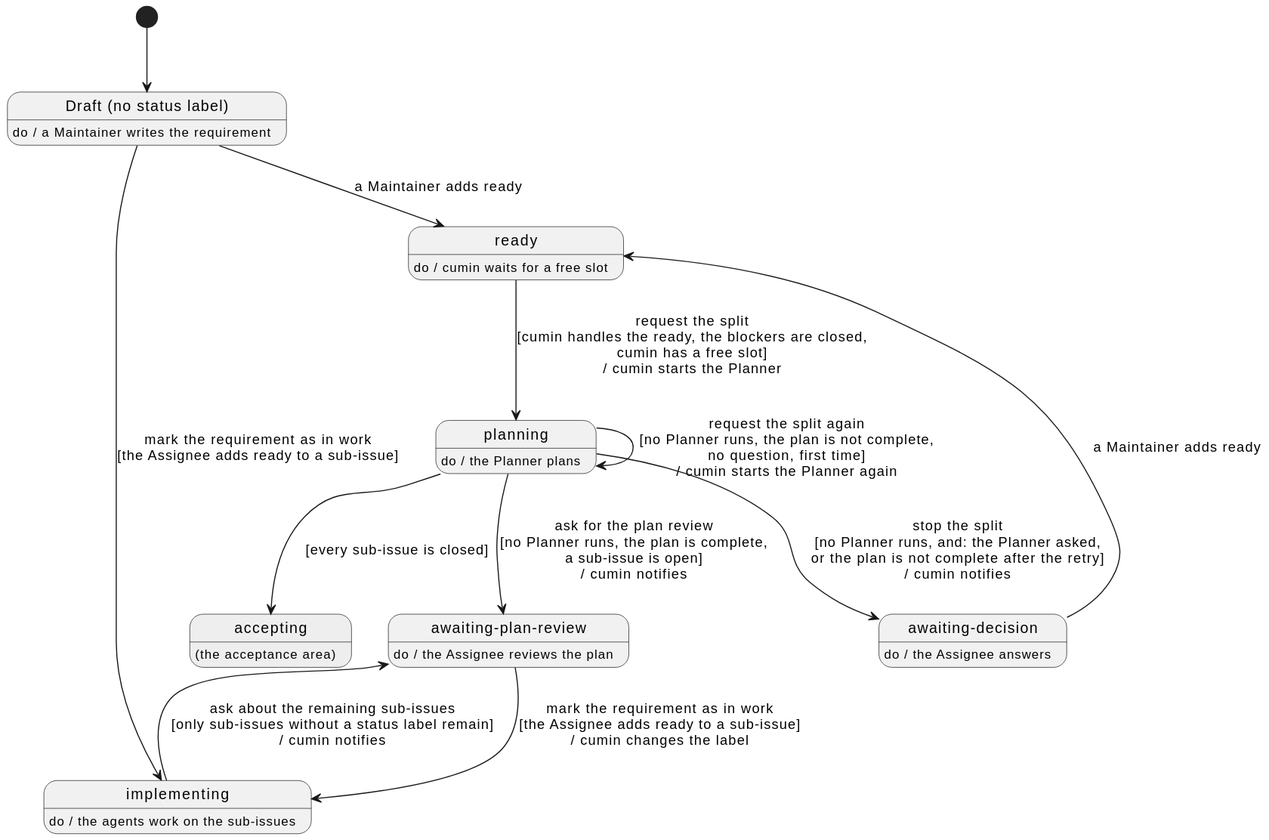
This is docs/ja/requirements/plan/overview.svg from cloveclovedev/cumin-works, a PlantUML export, as it was before one commit.
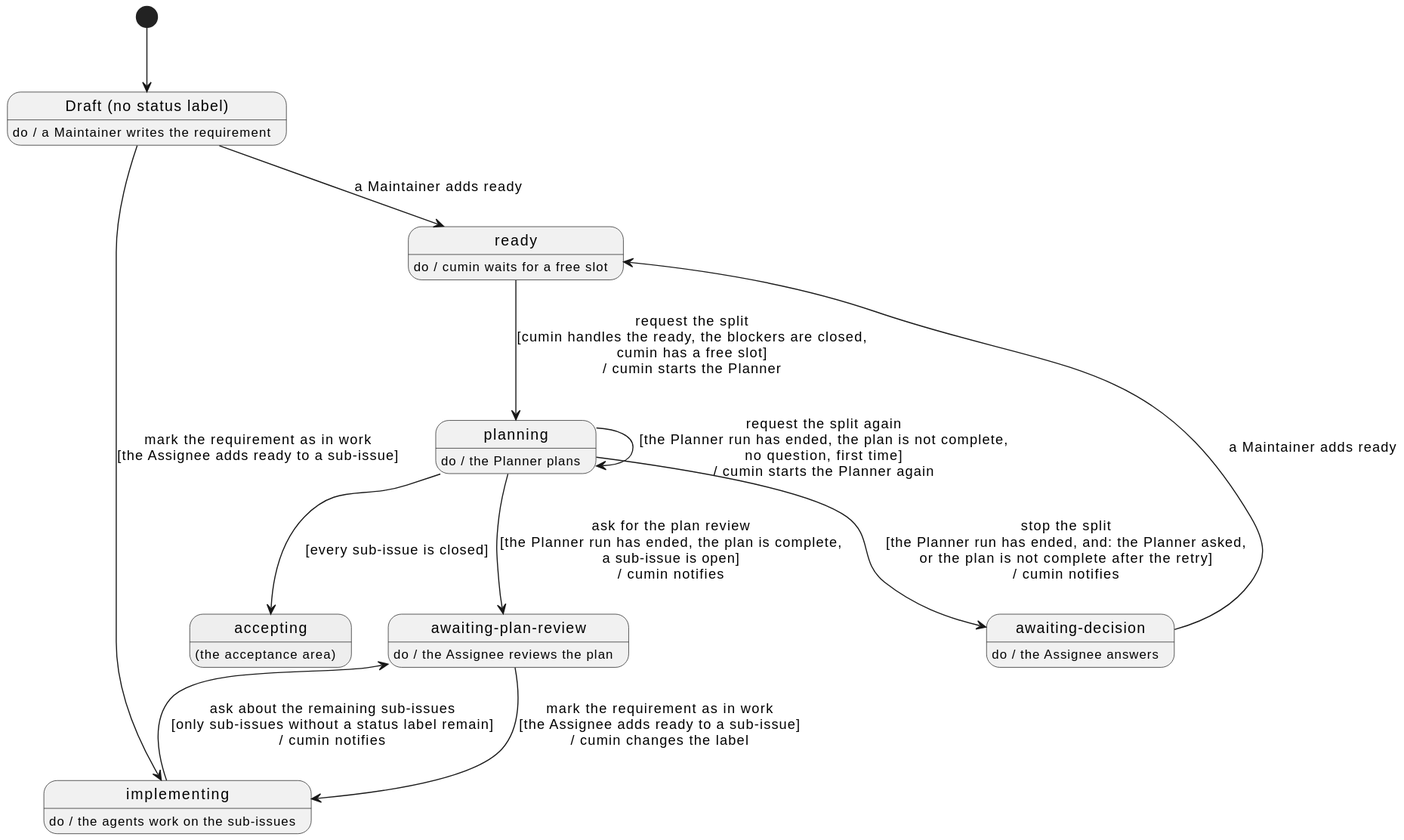
Above is the later version.

Change to the diagram source:
```diff
@@ -26,9 +26,9 @@
 [*] --> Draft
 Draft --> Ready : a Maintainer adds ready
 Ready --> Planning : request the split\n[cumin handles the ready, the blockers are closed,\ncumin has a free slot]\n/ cumin starts the Planner
-Planning --> PlanReview : ask for the plan review\n[no Planner runs, the plan is complete,\na sub-issue is open]\n/ cumin notifies
-Planning --> Planning : request the split again\n[no Planner runs, the plan is not complete,\nno question, first time]\n/ cumin starts the Planner again
-Planning --> Decision : stop the split\n[no Planner runs, and: the Planner asked,\nor the plan is not complete after the retry]\n/ cumin notifies
+Planning --> PlanReview : ask for the plan review\n[the Planner run has ended, the plan is complete,\na sub-issue is open]\n/ cumin notifies
+Planning --> Planning : request the split again\n[the Planner run has ended, the plan is not complete,\nno question, first time]\n/ cumin starts the Planner again
+Planning --> Decision : stop the split\n[the Planner run has ended, and: the Planner asked,\nor the plan is not complete after the retry]\n/ cumin notifies
 Planning --> Accepting : [every sub-issue is closed]
 PlanReview --> Implementing : mark the requirement as in work\n[the Assignee adds ready to a sub-issue]\n/ cumin changes the label
 Draft --> Implementing : mark the requirement as in work\n[the Assignee adds ready to a sub-issue]
```
